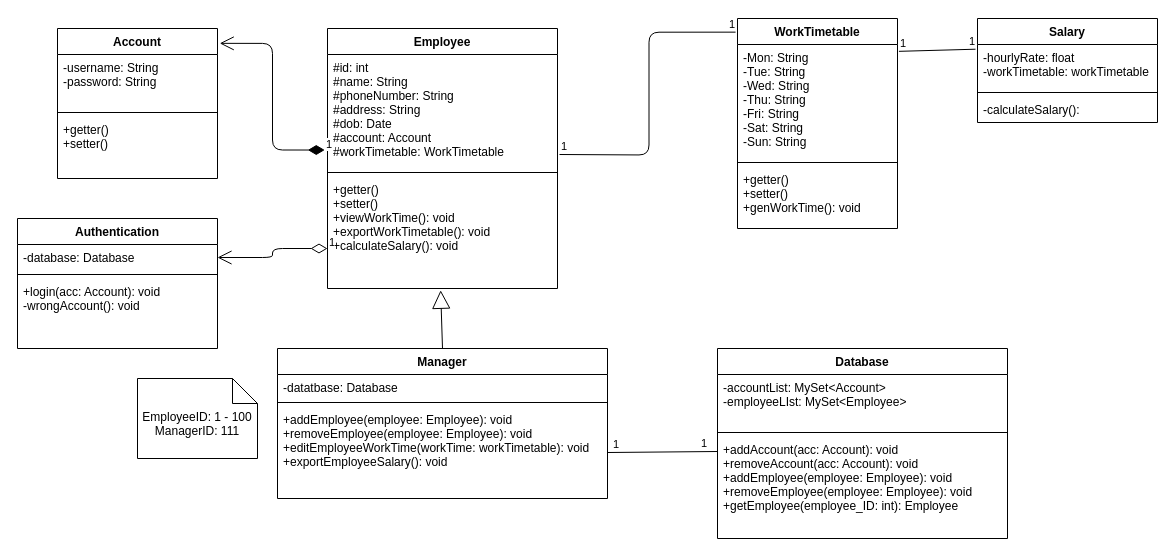
Before: Diagram/Class Diagram.drawio in hakunhan/employee_management, a draw.io diagram. Source tidied: cells renumbered, new cells numbered last; positions are measured from the earlier drawing's top-left corner, leaving out a move shared by most shapes. Both pictures are drawn from the tidied source at 100%, with x=0, y=0 at pixel (17, 18).
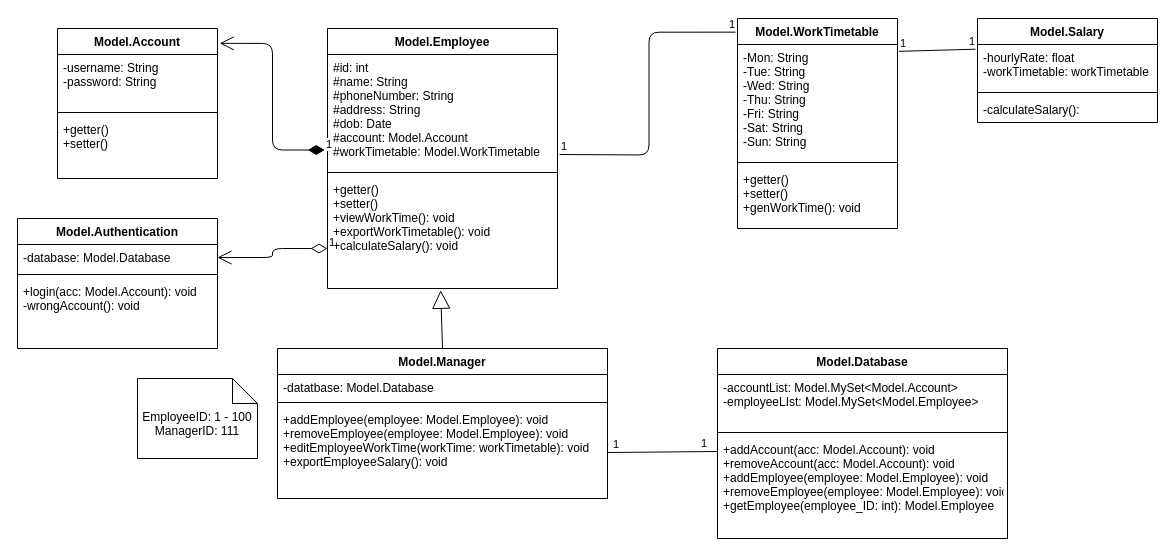
The same diagram, later.

The edit, as a diff of the source:
```diff
@@
-    <mxCell id="2" value="Employee" style="swimlane;fontStyle=1;align=center;verticalAlign=top;horizontal=1;startSize=26;" parent="1" vertex="1">
+    <mxCell id="2" value="Model.Employee" style="swimlane;fontStyle=1;align=center;verticalAlign=top;horizontal=1;startSize=26;" parent="1" vertex="1">
       <mxGeometry x="310" y="10" width="230" height="260" as="geometry" />
     </mxCell>
-    <mxCell id="3" value="#id: int&#10;#name: String &#10;#phoneNumber: String &#10;#address: String &#10;#dob: Date &#10;#account: Account&#10;#workTimetable: WorkTimetable&#10;&#10;&#10;&#10;" style="text;strokeColor=none;fillColor=none;align=left;verticalAlign=top;spacingLeft=4;spacingRight=4;overflow=hidden;points=[[0,0.5],[1,0.5]];portConstraint=eastwest;labelBackgroundColor=#ffffff;" parent="2" vertex="1">
+    <mxCell id="3" value="#id: int&#10;#name: String &#10;#phoneNumber: String &#10;#address: String &#10;#dob: Date &#10;#account: Model.Account&#10;#workTimetable: Model.WorkTimetable&#10;&#10;&#10;&#10;" style="text;strokeColor=none;fillColor=none;align=left;verticalAlign=top;spacingLeft=4;spacingRight=4;overflow=hidden;points=[[0,0.5],[1,0.5]];portConstraint=eastwest;labelBackgroundColor=#ffffff;" parent="2" vertex="1">
       <mxGeometry y="26" width="230" height="114" as="geometry" />
     </mxCell>
@@
-    <mxCell id="6" value="Manager" style="swimlane;fontStyle=1;align=center;verticalAlign=top;horizontal=1;startSize=26;" parent="1" vertex="1">
+    <mxCell id="6" value="Model.Manager" style="swimlane;fontStyle=1;align=center;verticalAlign=top;horizontal=1;startSize=26;" parent="1" vertex="1">
       <mxGeometry x="260" y="330" width="330" height="150" as="geometry" />
     </mxCell>
-    <mxCell id="7" value="-datatbase: Database " style="text;strokeColor=none;fillColor=none;align=left;verticalAlign=top;spacingLeft=4;spacingRight=4;overflow=hidden;" parent="6" vertex="1">
+    <mxCell id="7" value="-datatbase: Model.Database " style="text;strokeColor=none;fillColor=none;align=left;verticalAlign=top;spacingLeft=4;spacingRight=4;overflow=hidden;" parent="6" vertex="1">
       <mxGeometry y="26" width="330" height="24" as="geometry" />
     </mxCell>
@@
-    <mxCell id="9" value="+addEmployee(employee: Employee): void&#10;+removeEmployee(employee: Employee): void&#10;+editEmployeeWorkTime(workTime: workTimetable): void&#10;+exportEmployeeSalary(): void&#10;" style="text;strokeColor=none;fillColor=none;align=left;verticalAlign=top;spacingLeft=4;spacingRight=4;overflow=hidden;points=[[0,0.5],[1,0.5]];portConstraint=eastwest;" parent="6" vertex="1">
+    <mxCell id="9" value="+addEmployee(employee: Model.Employee): void&#10;+removeEmployee(employee: Model.Employee): void&#10;+editEmployeeWorkTime(workTime: workTimetable): void&#10;+exportEmployeeSalary(): void&#10;" style="text;strokeColor=none;fillColor=none;align=left;verticalAlign=top;spacingLeft=4;spacingRight=4;overflow=hidden;points=[[0,0.5],[1,0.5]];portConstraint=eastwest;" parent="6" vertex="1">
       <mxGeometry y="58" width="330" height="92" as="geometry" />
     </mxCell>
@@
-    <mxCell id="11" value="WorkTimetable" style="swimlane;fontStyle=1;align=center;verticalAlign=top;horizontal=1;startSize=26;labelBackgroundColor=#ffffff;" parent="1" vertex="1">
+    <mxCell id="11" value="Model.WorkTimetable" style="swimlane;fontStyle=1;align=center;verticalAlign=top;horizontal=1;startSize=26;labelBackgroundColor=#ffffff;" parent="1" vertex="1">
       <mxGeometry x="720" width="160" height="210" as="geometry" />
     </mxCell>
@@
-    <mxCell id="15" value="Account" style="swimlane;fontStyle=1;align=center;verticalAlign=top;horizontal=1;startSize=26;" parent="1" vertex="1">
+    <mxCell id="15" value="Model.Account" style="swimlane;fontStyle=1;align=center;verticalAlign=top;horizontal=1;startSize=26;" parent="1" vertex="1">
       <mxGeometry x="40" y="10" width="160" height="150" as="geometry" />
     </mxCell>
@@
-    <mxCell id="24" value="Salary" style="swimlane;fontStyle=1;align=center;verticalAlign=top;horizontal=1;startSize=26;" parent="1" vertex="1">
+    <mxCell id="24" value="Model.Salary" style="swimlane;fontStyle=1;align=center;verticalAlign=top;horizontal=1;startSize=26;" parent="1" vertex="1">
       <mxGeometry x="960" width="180" height="104" as="geometry" />
     </mxCell>
@@
-    <mxCell id="31" value="Authentication" style="swimlane;fontStyle=1;align=center;verticalAlign=top;horizontal=1;startSize=26;" parent="1" vertex="1">
+    <mxCell id="31" value="Model.Authentication" style="swimlane;fontStyle=1;align=center;verticalAlign=top;horizontal=1;startSize=26;" parent="1" vertex="1">
       <mxGeometry y="200" width="200" height="130" as="geometry" />
     </mxCell>
-    <mxCell id="32" value="-database: Database" style="text;strokeColor=none;fillColor=none;align=left;verticalAlign=top;spacingLeft=4;spacingRight=4;overflow=hidden;points=[[0,0.5],[1,0.5]];portConstraint=eastwest;" parent="31" vertex="1">
+    <mxCell id="32" value="-database: Model.Database" style="text;strokeColor=none;fillColor=none;align=left;verticalAlign=top;spacingLeft=4;spacingRight=4;overflow=hidden;points=[[0,0.5],[1,0.5]];portConstraint=eastwest;" parent="31" vertex="1">
       <mxGeometry y="26" width="200" height="26" as="geometry" />
     </mxCell>
@@
-    <mxCell id="34" value="+login(acc: Account): void&#10;-wrongAccount(): void&#10;" style="text;strokeColor=none;fillColor=none;align=left;verticalAlign=top;spacingLeft=4;spacingRight=4;overflow=hidden;" parent="31" vertex="1">
+    <mxCell id="34" value="+login(acc: Model.Account): void&#10;-wrongAccount(): void&#10;" style="text;strokeColor=none;fillColor=none;align=left;verticalAlign=top;spacingLeft=4;spacingRight=4;overflow=hidden;" parent="31" vertex="1">
       <mxGeometry y="60" width="200" height="70" as="geometry" />
     </mxCell>
@@
-    <mxCell id="36" value="Database" style="swimlane;fontStyle=1;align=center;verticalAlign=top;horizontal=1;startSize=26;" parent="1" vertex="1">
+    <mxCell id="36" value="Model.Database" style="swimlane;fontStyle=1;align=center;verticalAlign=top;horizontal=1;startSize=26;" parent="1" vertex="1">
       <mxGeometry x="700" y="330" width="290" height="190" as="geometry" />
     </mxCell>
-    <mxCell id="37" value="-accountList: MySet&lt;Account&gt;&#10;-employeeLIst: MySet&lt;Employee&gt;&#10;" style="text;strokeColor=none;fillColor=none;align=left;verticalAlign=top;spacingLeft=4;spacingRight=4;overflow=hidden;" parent="36" vertex="1">
+    <mxCell id="37" value="-accountList: Model.MySet&lt;Model.Account&gt;&#10;-employeeLIst: Model.MySet&lt;Model.Employee&gt;&#10;" style="text;strokeColor=none;fillColor=none;align=left;verticalAlign=top;spacingLeft=4;spacingRight=4;overflow=hidden;" parent="36" vertex="1">
       <mxGeometry y="26" width="290" height="54" as="geometry" />
     </mxCell>
@@
-    <mxCell id="39" value="+addAccount(acc: Account): void&#10;+removeAccount(acc: Account): void&#10;+addEmployee(employee: Employee): void&#10;+removeEmployee(employee: Employee): void&#10;+getEmployee(employee_ID: int): Employee&#10;" style="text;strokeColor=none;fillColor=none;align=left;verticalAlign=top;spacingLeft=4;spacingRight=4;overflow=hidden;" parent="36" vertex="1">
+    <mxCell id="39" value="+addAccount(acc: Model.Account): void&#10;+removeAccount(acc: Model.Account): void&#10;+addEmployee(employee: Model.Employee): void&#10;+removeEmployee(employee: Model.Employee): void&#10;+getEmployee(employee_ID: int): Model.Employee&#10;" style="text;strokeColor=none;fillColor=none;align=left;verticalAlign=top;spacingLeft=4;spacingRight=4;overflow=hidden;" parent="36" vertex="1">
       <mxGeometry y="88" width="290" height="102" as="geometry" />
     </mxCell>
```
